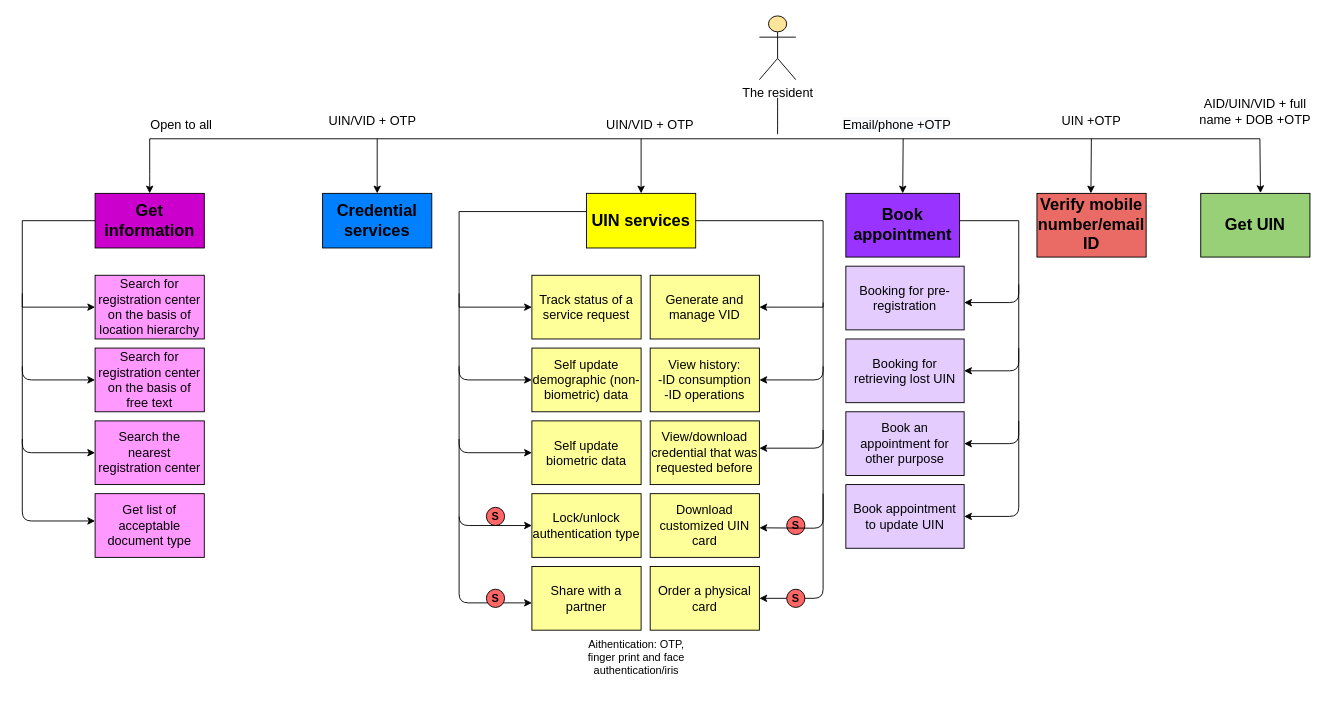
Earlier version of the draw.io diagram resident-services-flow-chart/browser-feature-list.drawio (singhpragya279/Resident_services). Source tidied: cells renumbered, new cells numbered last; positions are measured from the earlier drawing's top-left corner, leaving out a move shared by most shapes. Both pictures are drawn from the tidied source at 91%, with x=0, y=0 at pixel (22, 15).
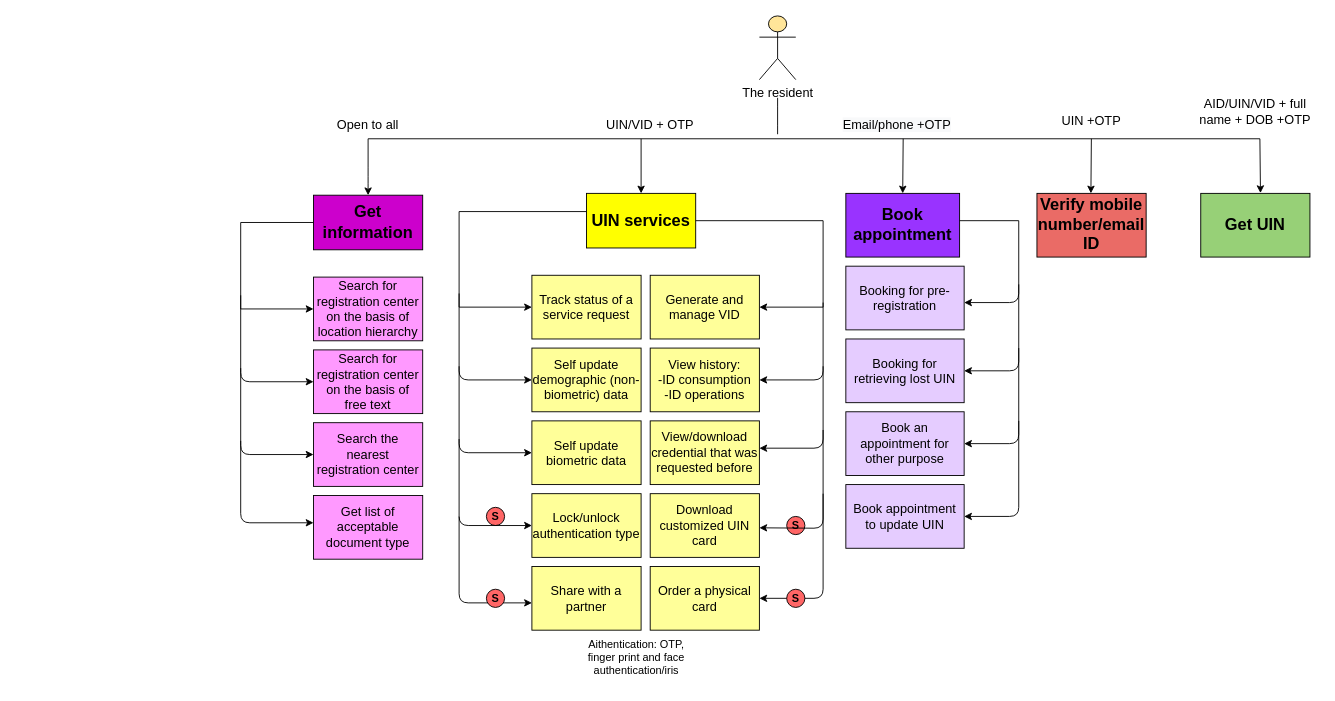
The same page after the edit.

Change to the diagram source:
```diff
@@
     <mxCell id="4" style="endArrow=none;html=1;" parent="1" edge="1">
       <mxGeometry relative="1" as="geometry">
-        <mxPoint x="140" y="135" as="sourcePoint" />
+        <mxPoint x="380" y="135" as="sourcePoint" />
         <mxPoint x="1360" y="135" as="targetPoint" />
       </mxGeometry>
     </mxCell>
     <mxCell id="5" style="endArrow=classic;html=1;entryX=0.5;entryY=0;entryDx=0;entryDy=0;" parent="1" edge="1">
       <mxGeometry relative="1" as="geometry">
-        <mxPoint x="140" y="135" as="sourcePoint" />
-        <mxPoint x="140" y="195" as="targetPoint" />
+        <mxPoint x="380" y="135" as="sourcePoint" />
+        <mxPoint x="380" y="197" as="targetPoint" />
         <Array as="points">
-          <mxPoint x="140" y="175" />
+          <mxPoint x="380" y="177" />
         </Array>
       </mxGeometry>
     </mxCell>
-    <mxCell id="6" style="endArrow=classic;html=1;entryX=0.5;entryY=0;entryDx=0;entryDy=0;" parent="1" edge="1" target="13">
-      <mxGeometry relative="1" as="geometry">
-        <mxPoint x="390" y="135" as="sourcePoint" />
-      </mxGeometry>
-    </mxCell>
@@
     <mxCell id="9" style="edgeStyle=orthogonalEdgeStyle;rounded=0;jettySize=auto;html=1;entryX=0;entryY=0.5;entryDx=0;entryDy=0;" parent="1" edge="1" source="10" target="11">
       <mxGeometry relative="1" as="geometry">
         <Array as="points">
-          <mxPoint y="225" />
-          <mxPoint y="320" />
+          <mxPoint x="240" y="227" />
+          <mxPoint x="240" y="322" />
         </Array>
       </mxGeometry>
     </mxCell>
     <mxCell id="10" value="&lt;span&gt;&lt;font style=&quot;font-size: 18px&quot;&gt;&lt;b&gt;Get information&lt;/b&gt;&lt;/font&gt;&lt;/span&gt;" style="rounded=0;whiteSpace=wrap;html=1;fillColor=#CC00CC;" parent="1" vertex="1">
-      <mxGeometry x="80" y="195" width="120" height="60" as="geometry" />
+      <mxGeometry x="320" y="197" width="120" height="60" as="geometry" />
     </mxCell>
     <mxCell id="11" value="&lt;font style=&quot;font-size: 14px&quot;&gt;Search for registration center on the basis of location hierarchy&lt;/font&gt;" style="rounded=0;whiteSpace=wrap;html=1;fillColor=#FF99FF;" parent="1" vertex="1">
-      <mxGeometry x="80" y="285" width="120" height="70" as="geometry" />
+      <mxGeometry x="320" y="287" width="120" height="70" as="geometry" />
     </mxCell>
     <mxCell id="12" value="&lt;span&gt;&lt;font style=&quot;font-size: 14px&quot;&gt;Search the nearest registration center&lt;/font&gt;&lt;/span&gt;" style="rounded=0;whiteSpace=wrap;html=1;fillColor=#FF99FF;" parent="1" vertex="1">
-      <mxGeometry x="80" y="445" width="120" height="70" as="geometry" />
+      <mxGeometry x="320" y="447" width="120" height="70" as="geometry" />
     </mxCell>
-    <mxCell id="13" value="&lt;span&gt;&lt;font style=&quot;font-size: 18px&quot;&gt;&lt;b&gt;Credential services&lt;/b&gt;&lt;/font&gt;&lt;/span&gt;" style="rounded=0;whiteSpace=wrap;html=1;fillColor=#007FFF;" parent="1" vertex="1">
-      <mxGeometry x="330" y="195" width="120" height="60" as="geometry" />
-    </mxCell>
@@
     <mxCell id="15" value="&lt;font style=&quot;font-size: 14px&quot;&gt;Search for registration center on the basis of free text&lt;/font&gt;" style="rounded=0;whiteSpace=wrap;html=1;fillColor=#FF99FF;" parent="1" vertex="1">
-      <mxGeometry x="80" y="365" width="120" height="70" as="geometry" />
+      <mxGeometry x="320" y="367" width="120" height="70" as="geometry" />
     </mxCell>
     <mxCell id="16" value="&lt;span&gt;&lt;font style=&quot;font-size: 14px&quot;&gt;Get list of acceptable document type&lt;/font&gt;&lt;/span&gt;" style="rounded=0;whiteSpace=wrap;html=1;fillColor=#FF99FF;" parent="1" vertex="1">
-      <mxGeometry x="80" y="525" width="120" height="70" as="geometry" />
+      <mxGeometry x="320" y="527" width="120" height="70" as="geometry" />
     </mxCell>
@@
     <mxCell id="18" style="endArrow=classic;html=1;entryX=0;entryY=0.5;entryDx=0;entryDy=0;" parent="1" edge="1" target="15">
       <mxGeometry relative="1" as="geometry">
-        <mxPoint y="305" as="sourcePoint" />
+        <mxPoint x="240" y="307" as="sourcePoint" />
         <Array as="points">
-          <mxPoint y="400" />
+          <mxPoint x="240" y="402" />
         </Array>
       </mxGeometry>
     </mxCell>
     <mxCell id="19" style="endArrow=classic;html=1;entryX=0;entryY=0.5;entryDx=0;entryDy=0;" parent="1" edge="1">
       <mxGeometry relative="1" as="geometry">
-        <mxPoint y="385" as="sourcePoint" />
-        <mxPoint x="80" y="480" as="targetPoint" />
+        <mxPoint x="240" y="387" as="sourcePoint" />
+        <mxPoint x="320" y="482" as="targetPoint" />
         <Array as="points">
-          <mxPoint y="480" />
+          <mxPoint x="240" y="482" />
         </Array>
       </mxGeometry>
     </mxCell>
     <mxCell id="20" style="endArrow=classic;html=1;entryX=0;entryY=0.5;entryDx=0;entryDy=0;" parent="1" edge="1">
       <mxGeometry relative="1" as="geometry">
-        <mxPoint y="465" as="sourcePoint" />
-        <mxPoint x="80" y="555" as="targetPoint" />
+        <mxPoint x="240" y="467" as="sourcePoint" />
+        <mxPoint x="320" y="557" as="targetPoint" />
         <Array as="points">
-          <mxPoint y="555" />
+          <mxPoint x="240" y="557" />
         </Array>
       </mxGeometry>
     </mxCell>
@@
-    <mxCell id="59" value="&lt;font style=&quot;font-size: 14px&quot;&gt;UIN/VID + OTP&lt;/font&gt;" style="text;html=1;strokeColor=none;fillColor=none;align=center;verticalAlign=middle;whiteSpace=wrap;rounded=0;" parent="1" vertex="1">
-      <mxGeometry x="330" y="105" width="110" height="20" as="geometry" />
-    </mxCell>
     <mxCell id="60" value="&lt;font style=&quot;font-size: 14px&quot;&gt;Open to all&lt;/font&gt;" style="text;html=1;strokeColor=none;fillColor=none;align=center;verticalAlign=middle;whiteSpace=wrap;rounded=0;" parent="1" vertex="1">
-      <mxGeometry x="120" y="110" width="110" height="20" as="geometry" />
+      <mxGeometry x="325" y="110" width="110" height="20" as="geometry" />
     </mxCell>
```
